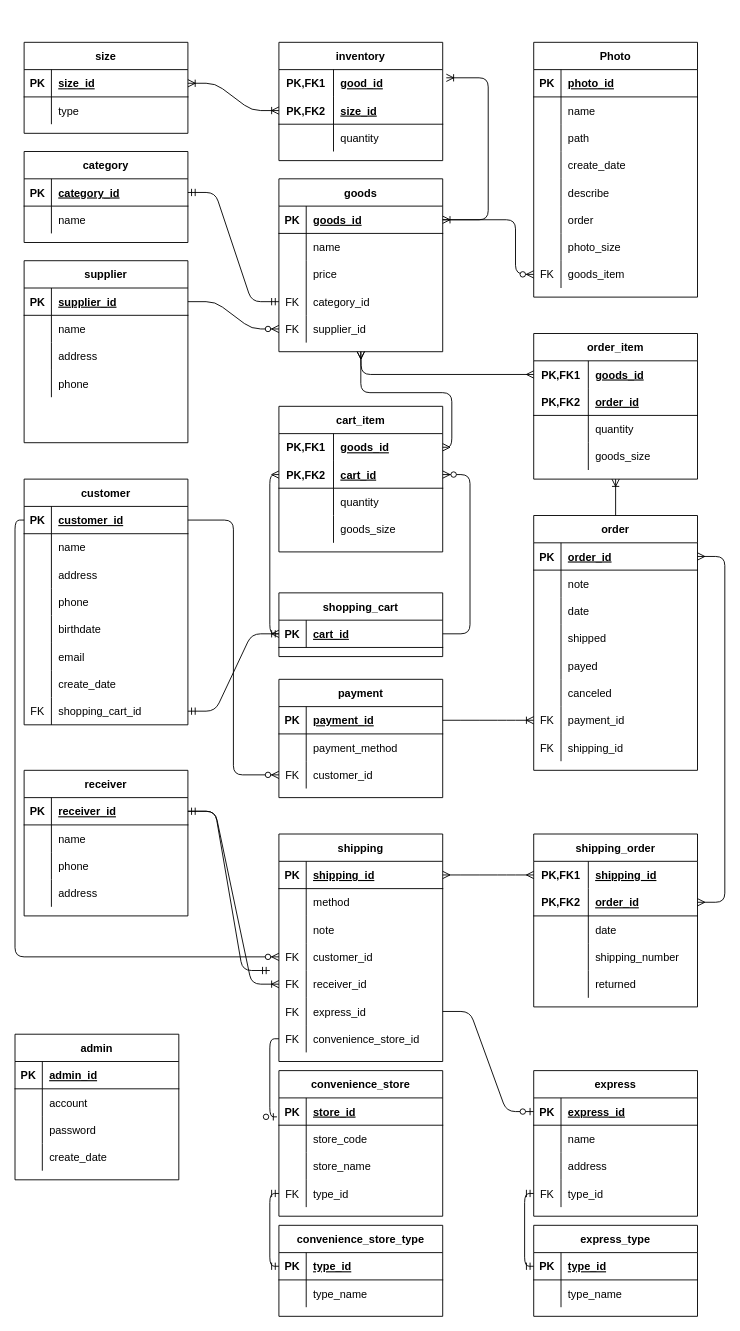
This is ermodel.drawio from BoshiLee/ecommerce, a draw.io file, before an edit. Source tidied: cells renumbered, new cells numbered last; positions are measured from the earlier drawing's top-left corner, leaving out a move shared by most shapes. Both pictures are drawn from the tidied source at 91%, with x=0, y=0 at pixel (15, 42).
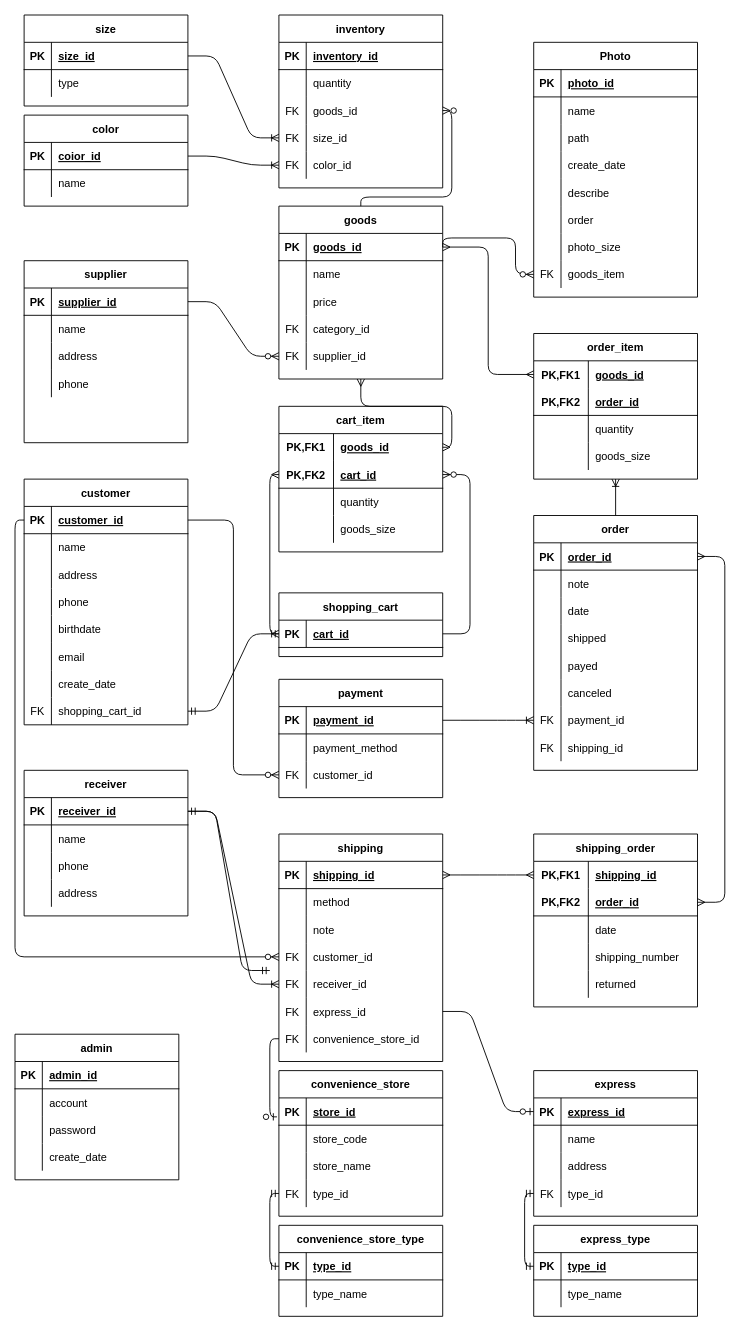
After the change.

Unchanged cells that the change refers to:
```xml
<mxCell id="51" style="shape=partialRectangle;fillColor=none;top=0;left=0;bottom=1;right=0;points=[[0,0.5],[1,0.5]];portConstraint=eastwest;" parent="50" vertex="1">
  <mxGeometry y="30" width="180" height="30" as="geometry" />
</mxCell>
<mxCell id="60" style="shape=partialRectangle;fillColor=none;top=0;left=0;bottom=0;right=0;points=[[0,0.5],[1,0.5]];portConstraint=eastwest;" parent="50" vertex="1">
  <mxGeometry y="120" width="180" height="30" as="geometry" />
</mxCell>
<mxCell id="67" style="shape=partialRectangle;fillColor=none;top=0;left=0;bottom=1;right=0;points=[[0,0.5],[1,0.5]];portConstraint=eastwest;" parent="66" vertex="1">
  <mxGeometry y="30" width="180" height="30" as="geometry" />
</mxCell>
<mxCell id="128" style="shape=partialRectangle;fillColor=none;top=0;left=0;bottom=0;right=0;points=[[0,0.5],[1,0.5]];portConstraint=eastwest;" parent="127" vertex="1">
  <mxGeometry y="30" width="180" height="30" as="geometry" />
</mxCell>
<mxCell id="166" style="shape=partialRectangle;fillColor=none;top=0;left=0;bottom=1;right=0;points=[[0,0.5],[1,0.5]];portConstraint=eastwest;" parent="165" vertex="1">
  <mxGeometry y="30" width="180" height="30" as="geometry" />
</mxCell>
<mxCell id="196" style="shape=partialRectangle;fillColor=none;top=0;left=0;bottom=0;right=0;points=[[0,0.5],[1,0.5]];portConstraint=eastwest;" parent="174" vertex="1">
  <mxGeometry y="240" width="180" height="30" as="geometry" />
</mxCell>
```

What changed in the source:
```diff
@@
     <mxCell id="50" value="goods" style="shape=table;startSize=30;childLayout=tableLayout;rowLines=0;fontStyle=1;align=center;" parent="1" vertex="1">
-      <mxGeometry x="290" y="150" width="180" height="190" as="geometry" />
+      <mxGeometry x="290" y="180" width="180" height="190" as="geometry" />
     </mxCell>
@@
-    <mxCell id="66" value="category" style="shape=table;startSize=30;childLayout=tableLayout;rowLines=0;fontStyle=1;align=center;" parent="1" vertex="1">
-      <mxGeometry x="10" y="120" width="180" height="100" as="geometry" />
+    <mxCell id="66" value="color" style="shape=table;startSize=30;childLayout=tableLayout;rowLines=0;fontStyle=1;align=center;" parent="1" vertex="1">
+      <mxGeometry x="10" y="80" width="180" height="100" as="geometry" />
     </mxCell>
@@
-    <mxCell id="69" value="category_id" style="shape=partialRectangle;fillColor=none;top=0;left=0;bottom=0;right=0;align=left;spacingLeft=6;fontStyle=5;overflow=hidden;" parent="67" vertex="1">
+    <mxCell id="69" value="coior_id" style="shape=partialRectangle;fillColor=none;top=0;left=0;bottom=0;right=0;align=left;spacingLeft=6;fontStyle=5;overflow=hidden;" parent="67" vertex="1">
       <mxGeometry x="30" width="150" height="30" as="geometry" />
     </mxCell>
@@
-    <mxCell id="117" value="inventory" style="shape=table;startSize=30;childLayout=tableLayout;rowLines=0;fontStyle=1;align=center;" parent="1" vertex="1">
-      <mxGeometry x="290" width="180" height="130" as="geometry" />
-    </mxCell>
-    <mxCell id="118" style="shape=partialRectangle;fillColor=none;top=0;left=0;bottom=0;right=0;points=[[0,0.5],[1,0.5]];portConstraint=eastwest;" parent="117" vertex="1">
-      <mxGeometry y="30" width="180" height="30" as="geometry" />
-    </mxCell>
-    <mxCell id="119" value="PK,FK1" style="shape=partialRectangle;fillColor=none;top=0;left=0;bottom=0;right=0;fontStyle=1;overflow=hidden;" parent="118" vertex="1">
-      <mxGeometry width="60" height="30" as="geometry" />
-    </mxCell>
-    <mxCell id="120" value="good_id" style="shape=partialRectangle;fillColor=none;top=0;left=0;bottom=0;right=0;align=left;spacingLeft=6;fontStyle=5;overflow=hidden;" parent="118" vertex="1">
-      <mxGeometry x="60" width="120" height="30" as="geometry" />
-    </mxCell>
-    <mxCell id="121" style="shape=partialRectangle;fillColor=none;top=0;left=0;bottom=1;right=0;points=[[0,0.5],[1,0.5]];portConstraint=eastwest;" parent="117" vertex="1">
-      <mxGeometry y="60" width="180" height="30" as="geometry" />
-    </mxCell>
-    <mxCell id="122" value="PK,FK2" style="shape=partialRectangle;fillColor=none;top=0;left=0;bottom=0;right=0;fontStyle=1;overflow=hidden;" parent="121" vertex="1">
-      <mxGeometry width="60" height="30" as="geometry" />
-    </mxCell>
-    <mxCell id="123" value="size_id" style="shape=partialRectangle;fillColor=none;top=0;left=0;bottom=0;right=0;align=left;spacingLeft=6;fontStyle=5;overflow=hidden;" parent="121" vertex="1">
-      <mxGeometry x="60" width="120" height="30" as="geometry" />
-    </mxCell>
-    <mxCell id="124" style="shape=partialRectangle;fillColor=none;top=0;left=0;bottom=0;right=0;points=[[0,0.5],[1,0.5]];portConstraint=eastwest;" parent="117" vertex="1">
-      <mxGeometry y="90" width="180" height="30" as="geometry" />
-    </mxCell>
-    <mxCell id="125" style="shape=partialRectangle;fillColor=none;top=0;left=0;bottom=0;right=0;overflow=hidden;" parent="124" vertex="1">
-      <mxGeometry width="60" height="30" as="geometry" />
-    </mxCell>
-    <mxCell id="126" value="quantity" style="shape=partialRectangle;fillColor=none;top=0;left=0;bottom=0;right=0;align=left;spacingLeft=6;overflow=hidden;" parent="124" vertex="1">
-      <mxGeometry x="60" width="120" height="30" as="geometry" />
-    </mxCell>
@@
     <mxCell id="165" value="size" style="shape=table;startSize=30;childLayout=tableLayout;rowLines=0;fontStyle=1;align=center;" parent="1" vertex="1">
-      <mxGeometry x="10" width="180" height="100" as="geometry" />
+      <mxGeometry x="10" y="-30" width="180" height="100" as="geometry" />
     </mxCell>
@@
-    <mxCell id="172" style="edgeStyle=orthogonalEdgeStyle;fontSize=12;html=1;endArrow=ERoneToMany;startArrow=ERoneToMany;entryX=1.022;entryY=0.3;entryDx=0;entryDy=0;entryPerimeter=0;exitX=1;exitY=0.5;exitDx=0;exitDy=0;" parent="1" edge="1" source="51" target="118">
-      <mxGeometry relative="1" as="geometry">
-        <Array as="points">
-          <mxPoint x="520" y="195" />
-          <mxPoint x="520" y="39" />
-        </Array>
-      </mxGeometry>
-    </mxCell>
-    <mxCell id="173" style="edgeStyle=entityRelationEdgeStyle;fontSize=12;html=1;endArrow=ERoneToMany;startArrow=ERoneToMany;entryX=0;entryY=0.5;entryDx=0;entryDy=0;exitX=1;exitY=0.5;exitDx=0;exitDy=0;" parent="1" edge="1" source="166" target="121">
-      <mxGeometry relative="1" as="geometry" />
-    </mxCell>
@@
     <mxCell id="199" style="edgeStyle=orthogonalEdgeStyle;fontSize=12;html=1;endArrow=ERzeroToMany;endFill=1;entryX=0;entryY=0.5;entryDx=0;entryDy=0;exitX=1;exitY=0.5;exitDx=0;exitDy=0;" parent="1" edge="1" source="51" target="196">
       <mxGeometry relative="1" as="geometry">
         <Array as="points">
-          <mxPoint x="550" y="195" />
+          <mxPoint x="550" y="215" />
           <mxPoint x="550" y="255" />
         </Array>
       </mxGeometry>
     </mxCell>
-    <mxCell id="200" style="edgeStyle=entityRelationEdgeStyle;fontSize=12;html=1;endArrow=ERmandOne;startArrow=ERmandOne;entryX=0;entryY=0.5;entryDx=0;entryDy=0;" parent="1" edge="1" source="67" target="60">
-      <mxGeometry relative="1" as="geometry" />
-    </mxCell>
@@
-    <mxCell id="203" style="edgeStyle=orthogonalEdgeStyle;fontSize=12;html=1;endArrow=ERmany;startArrow=ERmany;exitX=0;exitY=0.5;exitDx=0;exitDy=0;" parent="1" edge="1" source="128">
-      <mxGeometry relative="1" as="geometry">
-        <mxPoint x="380" y="340" as="targetPoint" />
-      </mxGeometry>
+    <mxCell id="203" style="fontSize=12;html=1;endArrow=ERmany;startArrow=ERmany;exitX=0;exitY=0.5;exitDx=0;exitDy=0;edgeStyle=orthogonalEdgeStyle;entryX=1;entryY=0.5;entryDx=0;entryDy=0;" parent="1" edge="1" source="128" target="51">
+      <mxGeometry relative="1" as="geometry" />
     </mxCell>
@@
+    <mxCell id="117" value="inventory" style="shape=table;startSize=30;childLayout=tableLayout;rowLines=0;fontStyle=1;align=center;" parent="1" vertex="1">
+      <mxGeometry x="290" y="-30" width="180" height="190" as="geometry" />
+    </mxCell>
+    <mxCell id="296" style="shape=partialRectangle;fillColor=none;top=0;left=0;bottom=1;right=0;" parent="117" vertex="1">
+      <mxGeometry y="30" width="180" height="30" as="geometry" />
+    </mxCell>
+    <mxCell id="297" value="PK" style="shape=partialRectangle;fillColor=none;top=0;left=0;bottom=0;right=0;fontStyle=1;overflow=hidden;" parent="296" vertex="1">
+      <mxGeometry width="30" height="30" as="geometry" />
+    </mxCell>
+    <mxCell id="298" value="inventory_id" style="shape=partialRectangle;fillColor=none;top=0;left=0;bottom=0;right=0;align=left;spacingLeft=6;fontStyle=5;overflow=hidden;" parent="296" vertex="1">
+      <mxGeometry x="30" width="150" height="30" as="geometry" />
+    </mxCell>
+    <mxCell id="299" style="shape=partialRectangle;fillColor=none;top=0;left=0;bottom=0;right=0;" parent="117" vertex="1">
+      <mxGeometry y="60" width="180" height="30" as="geometry" />
+    </mxCell>
+    <mxCell id="300" style="shape=partialRectangle;fillColor=none;top=0;left=0;bottom=0;right=0;overflow=hidden;" parent="299" vertex="1">
+      <mxGeometry width="30" height="30" as="geometry" />
+    </mxCell>
+    <mxCell id="126" value="quantity" style="shape=partialRectangle;fillColor=none;top=0;left=0;bottom=0;right=0;align=left;spacingLeft=6;overflow=hidden;" parent="299" vertex="1">
+      <mxGeometry x="30" width="150" height="30" as="geometry" />
+    </mxCell>
+    <mxCell id="124" style="shape=partialRectangle;fillColor=none;top=0;left=0;bottom=0;right=0;points=[[0,0.5],[1,0.5]];portConstraint=eastwest;" parent="117" vertex="1">
+      <mxGeometry y="90" width="180" height="30" as="geometry" />
+    </mxCell>
+    <mxCell id="301" value="FK" style="shape=partialRectangle;fillColor=none;top=0;left=0;bottom=0;right=0;fontStyle=0;overflow=hidden;" parent="124" vertex="1">
+      <mxGeometry width="30" height="30" as="geometry" />
+    </mxCell>
+    <mxCell id="302" value="goods_id" style="shape=partialRectangle;fillColor=none;top=0;left=0;bottom=0;right=0;align=left;spacingLeft=6;fontStyle=0;overflow=hidden;" parent="124" vertex="1">
+      <mxGeometry x="30" width="150" height="30" as="geometry" />
+    </mxCell>
+    <mxCell id="303" style="shape=partialRectangle;fillColor=none;top=0;left=0;bottom=0;right=0;points=[[0,0.5],[1,0.5]];portConstraint=eastwest;" parent="117" vertex="1">
+      <mxGeometry y="120" width="180" height="30" as="geometry" />
+    </mxCell>
+    <mxCell id="304" value="FK" style="shape=partialRectangle;fillColor=none;top=0;left=0;bottom=0;right=0;overflow=hidden;" parent="303" vertex="1">
+      <mxGeometry width="30" height="30" as="geometry" />
+    </mxCell>
+    <mxCell id="123" value="size_id" style="shape=partialRectangle;fillColor=none;top=0;left=0;bottom=0;right=0;align=left;spacingLeft=6;overflow=hidden;" parent="303" vertex="1">
+      <mxGeometry x="30" width="150" height="30" as="geometry" />
+    </mxCell>
+    <mxCell id="305" style="shape=partialRectangle;fillColor=none;top=0;left=0;bottom=0;right=0;points=[[0,0.5],[1,0.5]];portConstraint=eastwest;" parent="117" vertex="1">
+      <mxGeometry y="150" width="180" height="30" as="geometry" />
+    </mxCell>
+    <mxCell id="306" value="FK" style="shape=partialRectangle;fillColor=none;top=0;left=0;bottom=0;right=0;overflow=hidden;" parent="305" vertex="1">
+      <mxGeometry width="30" height="30" as="geometry" />
+    </mxCell>
+    <mxCell id="307" value="color_id" style="shape=partialRectangle;fillColor=none;top=0;left=0;bottom=0;right=0;align=left;spacingLeft=6;overflow=hidden;" parent="305" vertex="1">
+      <mxGeometry x="30" width="150" height="30" as="geometry" />
+    </mxCell>
+    <mxCell id="308" style="edgeStyle=entityRelationEdgeStyle;fontSize=12;html=1;endArrow=ERoneToMany;entryX=0;entryY=0.5;entryDx=0;entryDy=0;exitX=1;exitY=0.5;exitDx=0;exitDy=0;" parent="1" edge="1" source="166" target="303">
+      <mxGeometry relative="1" as="geometry" />
+    </mxCell>
+    <mxCell id="309" style="edgeStyle=entityRelationEdgeStyle;fontSize=12;html=1;endArrow=ERoneToMany;entryX=0;entryY=0.5;entryDx=0;entryDy=0;exitX=1;exitY=0.5;exitDx=0;exitDy=0;" parent="1" edge="1" source="67" target="305">
+      <mxGeometry relative="1" as="geometry" />
+    </mxCell>
+    <mxCell id="310" style="edgeStyle=orthogonalEdgeStyle;fontSize=12;html=1;endArrow=ERzeroToMany;endFill=1;entryX=1;entryY=0.5;entryDx=0;entryDy=0;exitX=0.5;exitY=0;exitDx=0;exitDy=0;" parent="1" edge="1" source="50" target="124">
+      <mxGeometry relative="1" as="geometry">
+        <Array as="points">
+          <mxPoint x="380" y="170" />
+          <mxPoint x="480" y="170" />
+          <mxPoint x="480" y="75" />
+        </Array>
+      </mxGeometry>
+    </mxCell>
```
